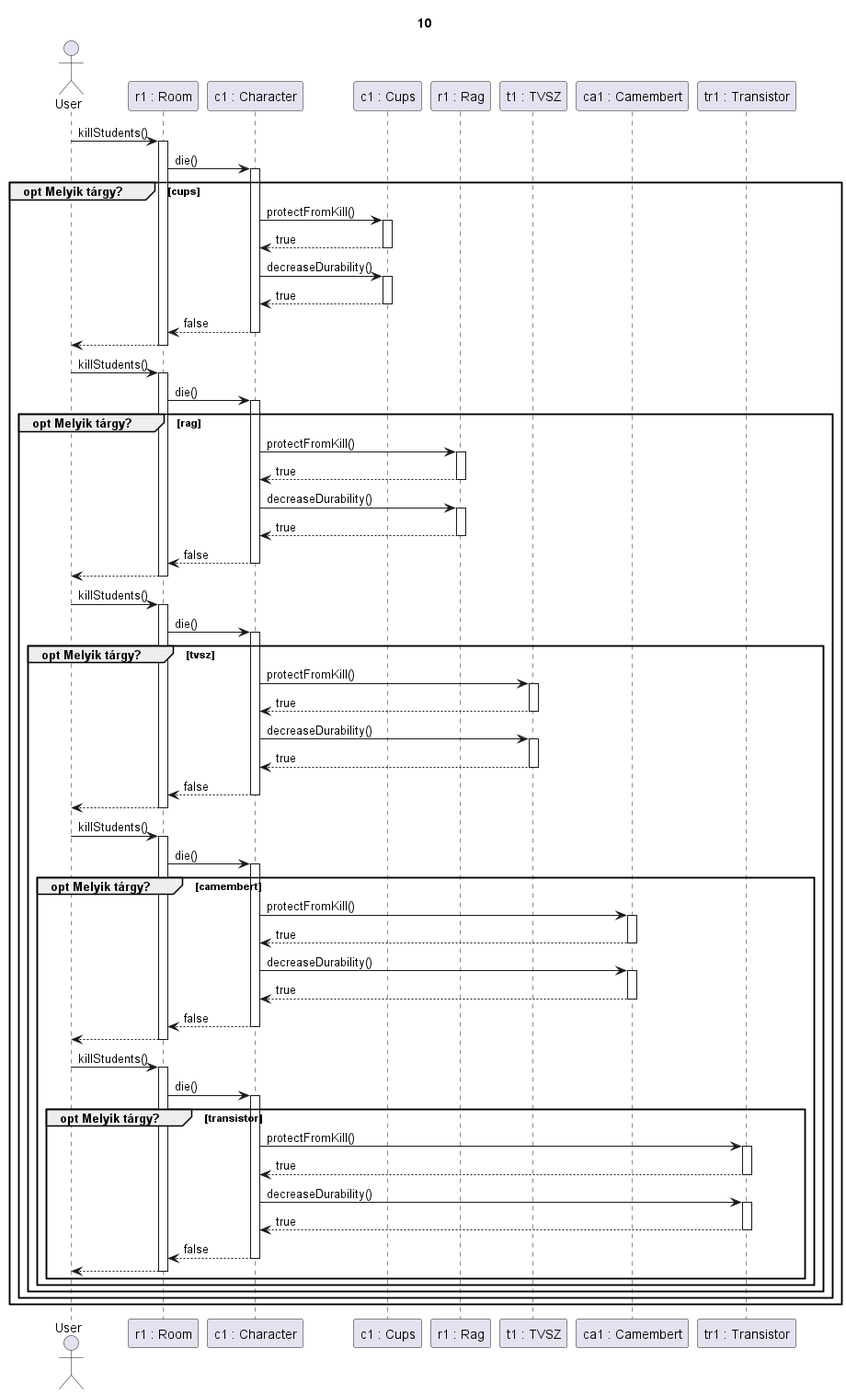
Before: partII_sequence diagrams/out/10/gáz ellen nem védő tárgyak.png, a diagram exported from PlantUML (kipolaris/skyrimscriptsuttogok). Its diagram source:
```plantuml
@startuml gáz ellen nem védő tárgyak

title 10

actor User as sk
participant "r1 : Room" as r
participant "c1 : Character" as s
participant "c1 : Cups" as c
participant "r1 : Rag" as rg
participant "t1 : TVSZ" as tv
participant "ca1 : Camembert" as ca
participant "tr1 : Transistor" as tr

!procedure $protectMe($obj)

s->$obj ++: protectFromKill()
$obj-->s --: true

s->$obj ++: decreaseDurability()
$obj-->s --: true

s-->r --: false

r-->sk --:

sk->r ++: killStudents()

r -> s ++: die()

!endprocedure


sk->r ++: killStudents()

r -> s ++: die()

group opt Melyik tárgy? [cups]

$protectMe("c")

    group opt Melyik tárgy? [rag]

    $protectMe("rg")
        group opt Melyik tárgy? [tvsz]

        $protectMe("tv")

            group opt Melyik tárgy? [camembert]

            $protectMe("ca")

                group opt Melyik tárgy? [transistor]

                s->tr ++: protectFromKill()

                tr-->s --: true

                s->tr ++: decreaseDurability()
                tr-->s --: true

                s-->r --: false

                r-->sk --:

                end

            end

        end

    end

end




@enduml
```
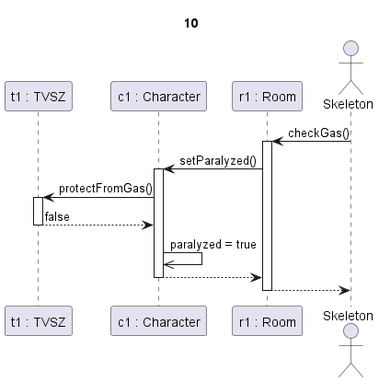
The same file after the commit.

What changed in the source:
```diff
@@ -1,78 +1,22 @@
 @startuml gáz ellen nem védő tárgyak
+Title 10
 
-title 10
+participant "t1 : TVSZ" as f
+participant "c1 : Character" as char
+participant "r1 : Room" as sz
+actor Skeleton as sk
 
-actor User as sk
-participant "r1 : Room" as r
-participant "c1 : Character" as s
-participant "c1 : Cups" as c
-participant "r1 : Rag" as rg
-participant "t1 : TVSZ" as tv
-participant "ca1 : Camembert" as ca
-participant "tr1 : Transistor" as tr
+sk->sz ++: checkGas()
 
-!procedure $protectMe($obj)
+sz->char ++: setParalyzed()
 
-s->$obj ++: protectFromKill()
-$obj-->s --: true
+char->f ++: protectFromGas()
+return false
 
-s->$obj ++: decreaseDurability()
-$obj-->s --: true
+char->>char : paralyzed = true
 
-s-->r --: false
+char-->sz --:
 
-r-->sk --:
-
-sk->r ++: killStudents()
-
-r -> s ++: die()
-
-!endprocedure
-
-
-sk->r ++: killStudents()
-
-r -> s ++: die()
-
-group opt Melyik tárgy? [cups]
-
-$protectMe("c")
-
-    group opt Melyik tárgy? [rag]
-
-    $protectMe("rg")
-        group opt Melyik tárgy? [tvsz]
-
-        $protectMe("tv")
-
-            group opt Melyik tárgy? [camembert]
-
-            $protectMe("ca")
-
-                group opt Melyik tárgy? [transistor]
-
-                s->tr ++: protectFromKill()
-
-                tr-->s --: true
-
-                s->tr ++: decreaseDurability()
-                tr-->s --: true
-
-                s-->r --: false
-
-                r-->sk --:
-
-                end
-
-            end
-
-        end
-
-    end
-
-end
-
-
-
+sz-->sk --:
 
 @enduml
```
